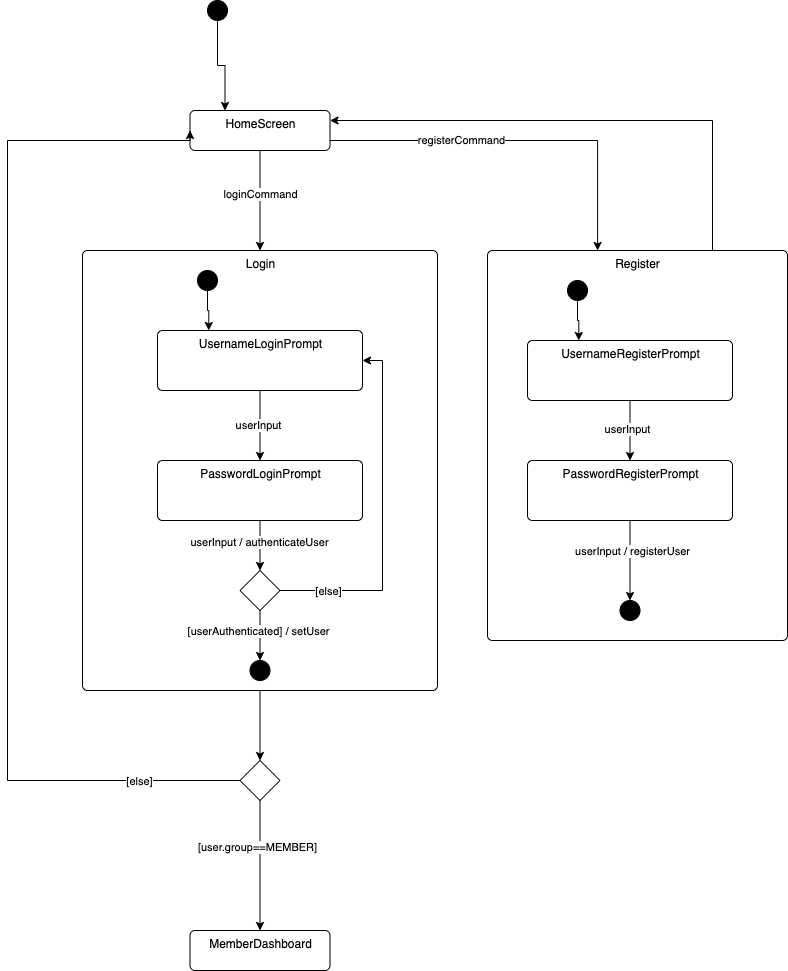
This is diagrams/state.png from ArthurAtangana/club-management-system, a draw.io export, as it was before one commit. Source tidied: cells renumbered, new cells last; positions are measured from the earlier drawing's top-left corner, leaving out a move shared by most shapes.
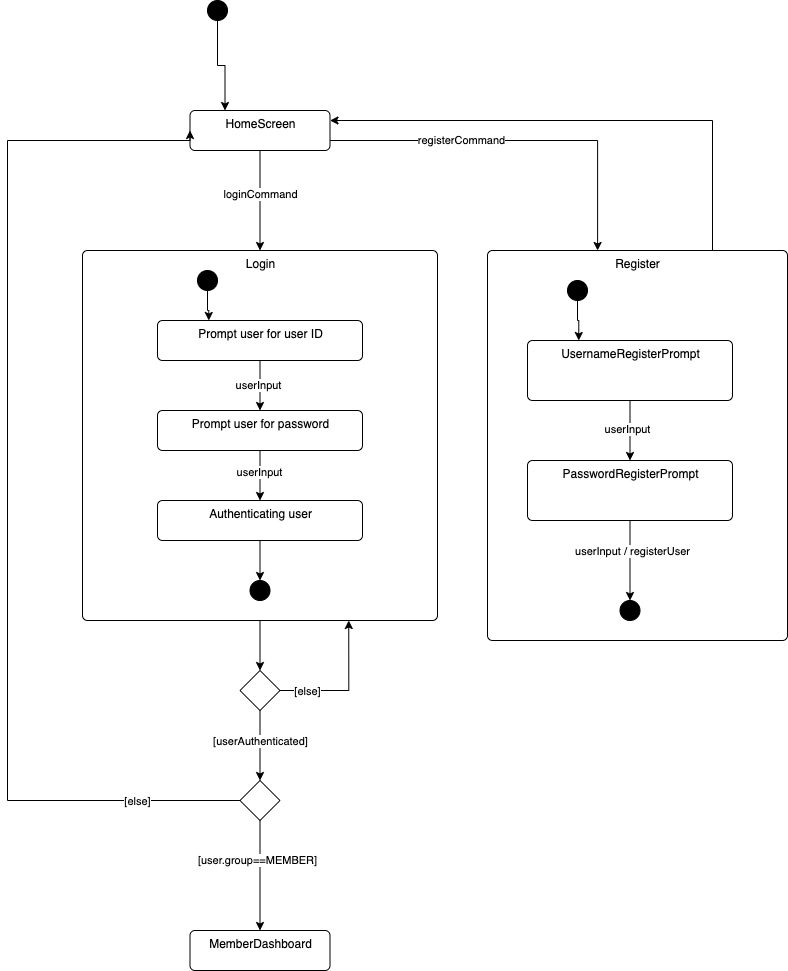
After the commit.

Commit message:
docs: update state diagrams to reflect new login flow

Remove class diagram. Was only temporary to help with design.

Diff of the diagram source:
```diff
@@ -19,11 +19,11 @@
     <mxCell id="6" value="HomeScreen" style="html=1;align=center;verticalAlign=top;rounded=1;absoluteArcSize=1;arcSize=10;dashed=0;" parent="1" vertex="1">
       <mxGeometry x="182.5" y="110" width="140" height="40" as="geometry" />
     </mxCell>
-    <mxCell id="7" style="edgeStyle=orthogonalEdgeStyle;rounded=0;jettySize=auto;html=1;entryX=0.5;entryY=0;entryDx=0;entryDy=0;" parent="1" edge="1" source="8" target="16">
-      <mxGeometry relative="1" as="geometry" />
-    </mxCell>
+    <mxCell id="42" style="edgeStyle=orthogonalEdgeStyle;rounded=0;jettySize=auto;html=1;exitX=0.5;exitY=1;exitDx=0;exitDy=0;entryX=0.5;entryY=0;entryDx=0;entryDy=0;" parent="1" edge="1" source="8" target="48">
+      <mxGeometry relative="1" as="geometry" />
+    </mxCell>
     <mxCell id="8" value="Login" style="html=1;align=center;verticalAlign=top;rounded=1;absoluteArcSize=1;arcSize=10;dashed=0;" parent="1" vertex="1">
-      <mxGeometry x="75" y="250" width="355" height="440" as="geometry" />
+      <mxGeometry x="75" y="250" width="355" height="370" as="geometry" />
     </mxCell>
     <mxCell id="9" style="edgeStyle=orthogonalEdgeStyle;rounded=0;jettySize=auto;html=1;exitX=0.75;exitY=0;exitDx=0;exitDy=0;entryX=1;entryY=0.25;entryDx=0;entryDy=0;" parent="1" edge="1" source="10" target="6">
       <mxGeometry relative="1" as="geometry" />
@@ -43,7 +43,7 @@
     <mxCell id="14" style="edgeStyle=orthogonalEdgeStyle;rounded=0;jettySize=auto;html=1;exitX=0;exitY=0.5;exitDx=0;exitDy=0;entryX=0;entryY=0.5;entryDx=0;entryDy=0;" parent="1" edge="1" source="16" target="6">
       <mxGeometry relative="1" as="geometry">
         <Array as="points">
-          <mxPoint y="780" />
+          <mxPoint y="800" />
           <mxPoint y="140" />
           <mxPoint x="183" y="140" />
         </Array>
@@ -53,7 +53,7 @@
       <mxGeometry x="-0.81" relative="1" as="geometry" />
     </mxCell>
     <mxCell id="16" style="rhombus;whiteSpace=wrap;html=1;" parent="1" vertex="1">
-      <mxGeometry x="232.5" y="760" width="40" height="40" as="geometry" />
+      <mxGeometry x="232.5" y="780" width="40" height="40" as="geometry" />
     </mxCell>
     <mxCell id="17" style="edgeStyle=orthogonalEdgeStyle;rounded=0;jettySize=auto;html=1;exitX=0.5;exitY=1;exitDx=0;exitDy=0;entryX=0.25;entryY=0;entryDx=0;entryDy=0;" parent="1" edge="1" source="18" target="6">
       <mxGeometry relative="1" as="geometry" />
@@ -69,40 +69,18 @@
         <mxPoint x="-1" as="offset" />
       </mxGeometry>
     </mxCell>
-    <mxCell id="21" value="UsernameLoginPrompt" style="html=1;align=center;verticalAlign=top;rounded=1;absoluteArcSize=1;arcSize=10;dashed=0;" parent="1" vertex="1">
-      <mxGeometry x="150" y="330" width="205" height="60" as="geometry" />
+    <mxCell id="21" value="Prompt user for user ID" style="html=1;align=center;verticalAlign=top;rounded=1;absoluteArcSize=1;arcSize=10;dashed=0;" parent="1" vertex="1">
+      <mxGeometry x="150" y="320" width="205" height="40" as="geometry" />
     </mxCell>
-    <mxCell id="22" style="edgeStyle=orthogonalEdgeStyle;rounded=0;jettySize=auto;html=1;exitX=0.5;exitY=1;exitDx=0;exitDy=0;" parent="1" edge="1" source="24" target="29">
+    <mxCell id="22" style="edgeStyle=orthogonalEdgeStyle;rounded=0;jettySize=auto;html=1;exitX=0.5;exitY=1;exitDx=0;exitDy=0;entryX=0.5;entryY=0;entryDx=0;entryDy=0;" parent="1" edge="1" source="24" target="44">
       <mxGeometry relative="1" as="geometry" />
     </mxCell>
-    <mxCell id="23" value="userInput / authenticateUser" style="edgeLabel;html=1;align=center;verticalAlign=middle;" parent="22" vertex="1">
+    <mxCell id="23" value="userInput" style="edgeLabel;html=1;align=center;verticalAlign=middle;" parent="22" vertex="1">
       <mxGeometry x="-0.15" y="-1" relative="1" as="geometry" />
     </mxCell>
-    <mxCell id="24" value="PasswordLoginPrompt" style="html=1;align=center;verticalAlign=top;rounded=1;absoluteArcSize=1;arcSize=10;dashed=0;" parent="1" vertex="1">
-      <mxGeometry x="150" y="460" width="205" height="60" as="geometry" />
+    <mxCell id="24" value="Prompt user for password" style="html=1;align=center;verticalAlign=top;rounded=1;absoluteArcSize=1;arcSize=10;dashed=0;" parent="1" vertex="1">
+      <mxGeometry x="150" y="410" width="205" height="40" as="geometry" />
     </mxCell>
-    <mxCell id="25" style="edgeStyle=orthogonalEdgeStyle;rounded=0;jettySize=auto;html=1;entryX=0.5;entryY=0;entryDx=0;entryDy=0;" parent="1" edge="1" source="29" target="41">
-      <mxGeometry relative="1" as="geometry" />
-    </mxCell>
-    <mxCell id="26" value="[userAuthenticated] / setUser" style="edgeLabel;html=1;align=center;verticalAlign=middle;" parent="25" vertex="1">
-      <mxGeometry x="-0.2" y="-2" relative="1" as="geometry" />
-    </mxCell>
-    <mxCell id="27" style="edgeStyle=orthogonalEdgeStyle;rounded=0;jettySize=auto;html=1;entryX=1;entryY=0.5;entryDx=0;entryDy=0;" parent="1" edge="1" source="29" target="21">
-      <mxGeometry relative="1" as="geometry">
-        <Array as="points">
-          <mxPoint x="375" y="590" />
-          <mxPoint x="375" y="360" />
-        </Array>
-      </mxGeometry>
-    </mxCell>
-    <mxCell id="28" value="[else]" style="edgeLabel;html=1;align=center;verticalAlign=middle;" parent="27" vertex="1">
-      <mxGeometry x="-0.79" relative="1" as="geometry">
-        <mxPoint x="10" as="offset" />
-      </mxGeometry>
-    </mxCell>
-    <mxCell id="29" style="rhombus;whiteSpace=wrap;html=1;" parent="1" vertex="1">
-      <mxGeometry x="232.5" y="570" width="40" height="40" as="geometry" />
-    </mxCell>
     <mxCell id="30" style="edgeStyle=orthogonalEdgeStyle;rounded=0;jettySize=auto;html=1;exitX=0.5;exitY=1;exitDx=0;exitDy=0;entryX=0.5;entryY=0;entryDx=0;entryDy=0;" parent="1" edge="1" source="32" target="35">
       <mxGeometry relative="1" as="geometry" />
     </mxCell>
@@ -137,7 +115,36 @@
       <mxGeometry x="190" y="270" width="20" height="20" as="geometry" />
     </mxCell>
     <mxCell id="41" style="shape=ellipse;html=1;fillColor=strokeColor;fontSize=18;fontColor=#ffffff;" parent="1" vertex="1">
-      <mxGeometry x="242.5" y="660" width="20" height="20" as="geometry" />
+      <mxGeometry x="242.5" y="580" width="20" height="20" as="geometry" />
     </mxCell>
+    <mxCell id="43" style="edgeStyle=orthogonalEdgeStyle;rounded=0;jettySize=auto;html=1;entryX=0.5;entryY=0;entryDx=0;entryDy=0;" parent="1" edge="1" source="44" target="41">
+      <mxGeometry relative="1" as="geometry" />
+    </mxCell>
+    <mxCell id="44" value="Authenticating user" style="html=1;align=center;verticalAlign=top;rounded=1;absoluteArcSize=1;arcSize=10;dashed=0;" parent="1" vertex="1">
+      <mxGeometry x="150" y="500" width="205" height="40" as="geometry" />
+    </mxCell>
+    <mxCell id="45" style="edgeStyle=orthogonalEdgeStyle;rounded=0;jettySize=auto;html=1;entryX=0.75;entryY=1;entryDx=0;entryDy=0;" parent="1" edge="1" source="48" target="8">
+      <mxGeometry relative="1" as="geometry">
+        <Array as="points">
+          <mxPoint x="341" y="690" />
+        </Array>
+      </mxGeometry>
+    </mxCell>
+    <mxCell id="28" value="[else]" style="edgeLabel;html=1;align=center;verticalAlign=middle;" parent="45" vertex="1">
+      <mxGeometry x="-0.62" relative="1" as="geometry">
+        <mxPoint x="1" as="offset" />
+      </mxGeometry>
+    </mxCell>
+    <mxCell id="46" style="edgeStyle=orthogonalEdgeStyle;rounded=0;jettySize=auto;html=1;entryX=0.5;entryY=0;entryDx=0;entryDy=0;" parent="1" edge="1" source="48" target="16">
+      <mxGeometry relative="1" as="geometry" />
+    </mxCell>
+    <mxCell id="47" value="[userAuthenticated]" style="edgeLabel;html=1;align=center;verticalAlign=middle;" parent="46" vertex="1">
+      <mxGeometry x="-0.04" y="1" relative="1" as="geometry">
+        <mxPoint x="-1" y="-4" as="offset" />
+      </mxGeometry>
+    </mxCell>
+    <mxCell id="48" style="rhombus;whiteSpace=wrap;html=1;" parent="1" vertex="1">
+      <mxGeometry x="232.5" y="670" width="40" height="40" as="geometry" />
+    </mxCell>
   </root>
 </mxGraphModel>
```
